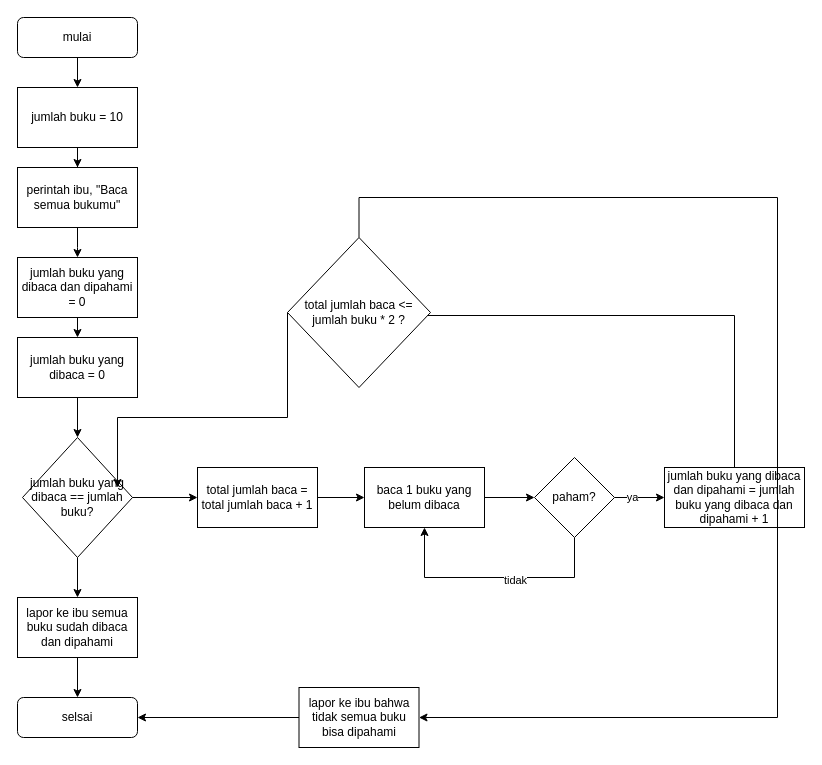
The draw.io diagram perulangan with undefine count.drawio in husaenaf/python-fundamental-ud, before the edit. Source tidied: cells renumbered, new cells numbered last; positions are measured from the earlier drawing's top-left corner, leaving out a move shared by most shapes. Both pictures are drawn from the tidied source at 100%, with x=0, y=0 at pixel (17, 17).
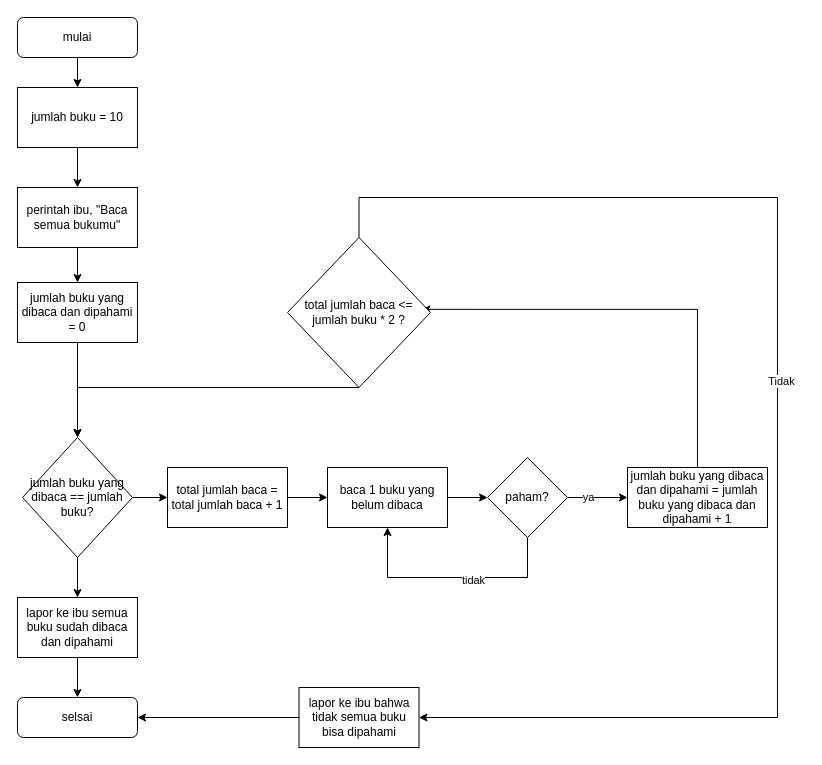
The same diagram, later.

The change refers to these unchanged cells:
```xml
<mxCell id="13" value="jumlah buku yang dibaca == jumlah buku?" style="rhombus;whiteSpace=wrap;html=1;" parent="1" vertex="1">
  <mxGeometry x="5" y="420" width="110" height="120" as="geometry" />
</mxCell>
<mxCell id="31" value="total jumlah baca &amp;lt;= jumlah buku * 2 ?" style="rhombus;whiteSpace=wrap;html=1;" parent="1" vertex="1">
  <mxGeometry x="270" y="220" width="143" height="150" as="geometry" />
</mxCell>
<mxCell id="33" value="lapor ke ibu bahwa tidak semua buku bisa dipahami" style="whiteSpace=wrap;html=1;" parent="1" vertex="1">
  <mxGeometry x="281.5" y="670" width="120" height="60" as="geometry" />
</mxCell>
```

The edit, as a diff of the source:
```diff
@@
-    <mxCell id="7" style="edgeStyle=orthogonalEdgeStyle;rounded=0;jettySize=auto;html=1;" parent="1" edge="1" source="8">
-      <mxGeometry relative="1" as="geometry">
-        <mxPoint x="60" y="240" as="targetPoint" />
-      </mxGeometry>
+    <mxCell id="7" style="edgeStyle=orthogonalEdgeStyle;rounded=0;jettySize=auto;html=1;entryX=0.5;entryY=0;entryDx=0;entryDy=0;" parent="1" edge="1" source="8" target="26">
+      <mxGeometry relative="1" as="geometry" />
     </mxCell>
     <mxCell id="8" value="perintah ibu, &quot;Baca semua bukumu&quot;" style="whiteSpace=wrap;html=1;rounded=0;" parent="1" vertex="1">
-      <mxGeometry y="150" width="120" height="60" as="geometry" />
+      <mxGeometry y="170" width="120" height="60" as="geometry" />
     </mxCell>
-    <mxCell id="9" style="edgeStyle=orthogonalEdgeStyle;rounded=0;jettySize=auto;html=1;" parent="1" edge="1" source="10" target="13">
-      <mxGeometry relative="1" as="geometry" />
-    </mxCell>
-    <mxCell id="10" value="jumlah buku yang dibaca = 0" style="whiteSpace=wrap;html=1;rounded=0;" parent="1" vertex="1">
-      <mxGeometry y="320" width="120" height="60" as="geometry" />
-    </mxCell>
@@
     <mxCell id="17" value="baca 1 buku yang belum dibaca" style="whiteSpace=wrap;html=1;" parent="1" vertex="1">
-      <mxGeometry x="347" y="450" width="120" height="60" as="geometry" />
+      <mxGeometry x="310" y="450" width="120" height="60" as="geometry" />
     </mxCell>
     <mxCell id="18" style="edgeStyle=orthogonalEdgeStyle;rounded=0;jettySize=auto;html=1;exitX=0.5;exitY=0;exitDx=0;exitDy=0;entryX=0.94;entryY=0.479;entryDx=0;entryDy=0;entryPerimeter=0;" parent="1" edge="1" source="19" target="31">
       <mxGeometry relative="1" as="geometry">
         <Array as="points">
-          <mxPoint x="717" y="298" />
+          <mxPoint x="680" y="292" />
         </Array>
       </mxGeometry>
     </mxCell>
     <mxCell id="19" value="jumlah buku yang dibaca dan dipahami = jumlah buku yang dibaca dan dipahami + 1" style="whiteSpace=wrap;html=1;" parent="1" vertex="1">
-      <mxGeometry x="647" y="450" width="140" height="60" as="geometry" />
+      <mxGeometry x="610" y="450" width="140" height="60" as="geometry" />
     </mxCell>
@@
     <mxCell id="22" style="edgeStyle=orthogonalEdgeStyle;rounded=0;jettySize=auto;html=1;entryX=0.5;entryY=1;entryDx=0;entryDy=0;" parent="1" edge="1" source="24" target="17">
       <mxGeometry relative="1" as="geometry">
         <Array as="points">
-          <mxPoint x="557" y="560" />
-          <mxPoint x="407" y="560" />
+          <mxPoint x="510" y="560" />
+          <mxPoint x="370" y="560" />
         </Array>
       </mxGeometry>
     </mxCell>
@@
     <mxCell id="24" value="paham?" style="rhombus;whiteSpace=wrap;html=1;" parent="1" vertex="1">
-      <mxGeometry x="517" y="440" width="80" height="80" as="geometry" />
+      <mxGeometry x="470" y="440" width="80" height="80" as="geometry" />
     </mxCell>
-    <mxCell id="25" style="edgeStyle=orthogonalEdgeStyle;rounded=0;jettySize=auto;html=1;exitX=0.5;exitY=1;exitDx=0;exitDy=0;entryX=0.5;entryY=0;entryDx=0;entryDy=0;" parent="1" edge="1" target="10">
-      <mxGeometry relative="1" as="geometry">
-        <mxPoint x="60" y="300" as="sourcePoint" />
-      </mxGeometry>
-    </mxCell>
+    <mxCell id="34" style="edgeStyle=orthogonalEdgeStyle;rounded=0;jettySize=auto;html=1;entryX=0.5;entryY=0;entryDx=0;entryDy=0;" parent="1" edge="1" source="26" target="13">
+      <mxGeometry relative="1" as="geometry" />
+    </mxCell>
     <mxCell id="26" value="jumlah buku yang dibaca dan dipahami = 0" style="rounded=0;whiteSpace=wrap;html=1;" parent="1" vertex="1">
-      <mxGeometry y="240" width="120" height="60" as="geometry" />
+      <mxGeometry y="265" width="120" height="60" as="geometry" />
     </mxCell>
@@
     <mxCell id="28" value="total jumlah baca = total jumlah baca + 1" style="rounded=0;whiteSpace=wrap;html=1;" parent="1" vertex="1">
-      <mxGeometry x="180" y="450" width="120" height="60" as="geometry" />
+      <mxGeometry x="150" y="450" width="120" height="60" as="geometry" />
     </mxCell>
+    <mxCell id="30" style="edgeStyle=orthogonalEdgeStyle;rounded=0;jettySize=auto;html=1;entryX=1;entryY=0.5;entryDx=0;entryDy=0;" parent="1" edge="1" source="31" target="33">
+      <mxGeometry relative="1" as="geometry">
+        <Array as="points">
+          <mxPoint x="342" y="180" />
+          <mxPoint x="760" y="180" />
+          <mxPoint x="760" y="700" />
+        </Array>
+      </mxGeometry>
+    </mxCell>
+    <mxCell id="35" value="Tidak" style="edgeLabel;html=1;align=center;verticalAlign=middle;" parent="30" vertex="1">
+      <mxGeometry x="-0.04" y="3" relative="1" as="geometry" />
+    </mxCell>
-    <mxCell id="29" style="edgeStyle=orthogonalEdgeStyle;rounded=0;jettySize=auto;html=1;exitX=0;exitY=0.5;exitDx=0;exitDy=0;entryX=0.864;entryY=0.417;entryDx=0;entryDy=0;entryPerimeter=0;" parent="1" edge="1" source="31" target="13">
+    <mxCell id="29" style="edgeStyle=orthogonalEdgeStyle;rounded=0;jettySize=auto;html=1;" parent="1" edge="1" source="31" target="13">
       <mxGeometry relative="1" as="geometry">
         <Array as="points">
-          <mxPoint x="270" y="400" />
-          <mxPoint x="100" y="400" />
+          <mxPoint x="60" y="370" />
         </Array>
       </mxGeometry>
     </mxCell>
-    <mxCell id="30" style="edgeStyle=orthogonalEdgeStyle;rounded=0;jettySize=auto;html=1;entryX=1;entryY=0.5;entryDx=0;entryDy=0;" parent="1" edge="1" source="31" target="33">
-      <mxGeometry relative="1" as="geometry">
-        <Array as="points">
-          <mxPoint x="342" y="180" />
-          <mxPoint x="760" y="180" />
-          <mxPoint x="760" y="700" />
-        </Array>
-      </mxGeometry>
-    </mxCell>
```
